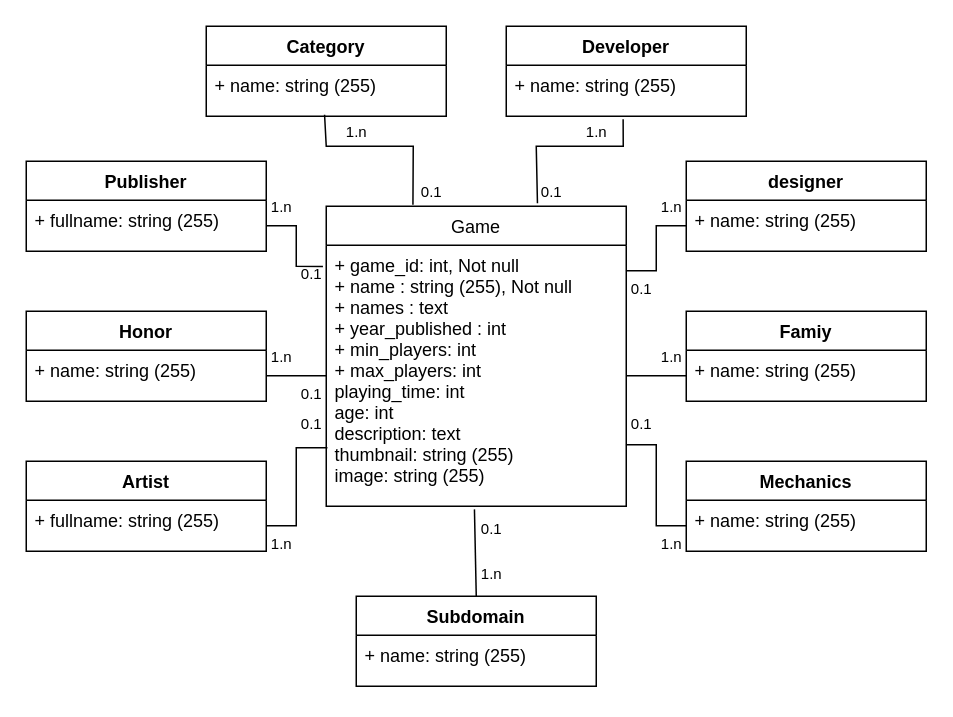
Above: .doc/uml/games.drawio in Dens26/j2s (draw.io), before the change. Source tidied: cells renumbered, new cells numbered last; positions are measured from the earlier drawing's top-left corner, leaving out a move shared by most shapes. Both pictures are drawn from the tidied source at 150%, with x=0, y=0 at pixel (26, 26).
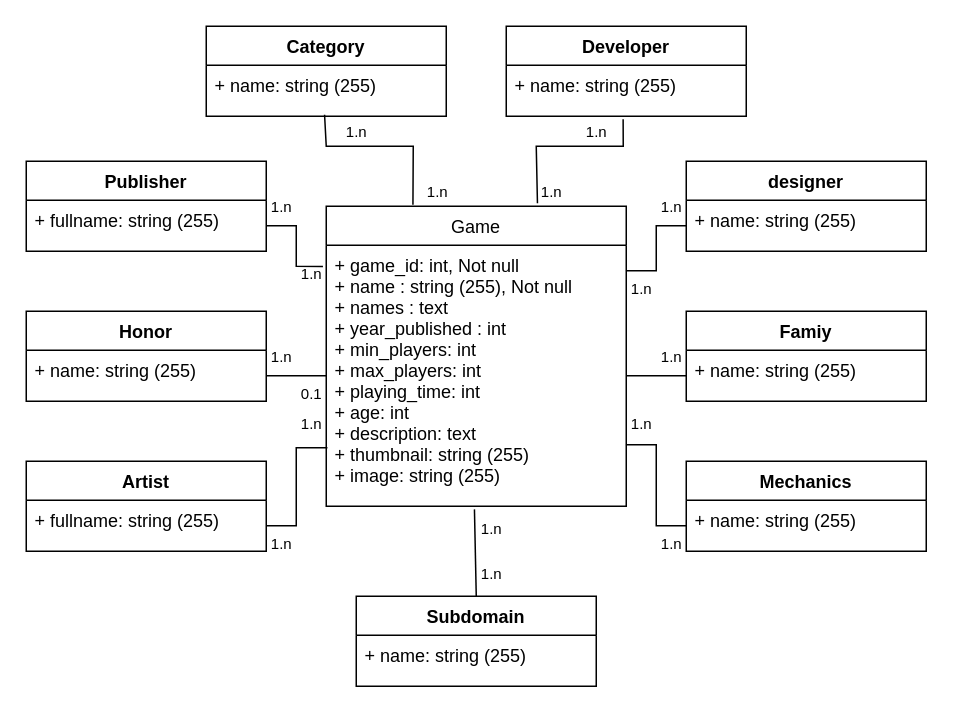
The same diagram, later.

The change refers to these unchanged cells:
```xml
<mxCell id="4" value="Game" style="swimlane;fontStyle=0;horizontal=1;startSize=26;fillColor=none;" parent="1" vertex="1">
  <mxGeometry x="200" y="120" width="200" height="200" as="geometry" />
</mxCell>
```

Change to the diagram source:
```diff
@@
-    <mxCell id="5" value="+ game_id: int, Not null&#10;+ name : string (255), Not null&#10;+ names : text&#10;+ year_published : int&#10;+ min_players: int&#10;+ max_players: int&#10;playing_time: int&#10;age: int&#10;description: text&#10;thumbnail: string (255)&#10;image: string (255)&#10;" style="text;strokeColor=none;fillColor=none;align=left;verticalAlign=top;spacingLeft=4;spacingRight=4;overflow=hidden;points=[[0,0.5],[1,0.5]];portConstraint=eastwest;" parent="4" vertex="1">
+    <mxCell id="5" value="+ game_id: int, Not null&#10;+ name : string (255), Not null&#10;+ names : text&#10;+ year_published : int&#10;+ min_players: int&#10;+ max_players: int&#10;+ playing_time: int&#10;+ age: int&#10;+ description: text&#10;+ thumbnail: string (255)&#10;+ image: string (255)&#10;" style="text;strokeColor=none;fillColor=none;align=left;verticalAlign=top;spacingLeft=4;spacingRight=4;overflow=hidden;points=[[0,0.5],[1,0.5]];portConstraint=eastwest;" parent="4" vertex="1">
       <mxGeometry y="26" width="200" height="174" as="geometry" />
     </mxCell>
@@
-    <mxCell id="31" value="&lt;font style=&quot;font-size: 10px;&quot;&gt;0.1&lt;/font&gt;" style="text;html=1;align=center;verticalAlign=middle;strokeColor=none;fillColor=none;" parent="1" vertex="1">
+    <mxCell id="31" value="&lt;span style=&quot;font-size: 10px;&quot;&gt;1.n&lt;/span&gt;" style="text;html=1;align=center;verticalAlign=middle;strokeColor=none;fillColor=none;" parent="1" vertex="1">
       <mxGeometry x="330" y="95" width="40" height="30" as="geometry" />
     </mxCell>
@@
-    <mxCell id="41" value="&lt;font style=&quot;font-size: 10px;&quot;&gt;0.1&lt;/font&gt;" style="text;html=1;align=center;verticalAlign=middle;strokeColor=none;fillColor=none;" parent="1" vertex="1">
-      <mxGeometry x="250" y="95" width="40" height="30" as="geometry" />
-    </mxCell>
-    <mxCell id="42" value="&lt;font style=&quot;font-size: 10px;&quot;&gt;0.1&lt;/font&gt;" style="text;html=1;align=center;verticalAlign=middle;strokeColor=none;fillColor=none;" parent="1" vertex="1">
+    <mxCell id="42" value="&lt;span style=&quot;font-size: 10px;&quot;&gt;1.n&lt;/span&gt;" style="text;html=1;align=center;verticalAlign=middle;strokeColor=none;fillColor=none;" parent="1" vertex="1">
       <mxGeometry x="390" y="160" width="40" height="30" as="geometry" />
     </mxCell>
-    <mxCell id="43" value="&lt;font style=&quot;font-size: 10px;&quot;&gt;0.1&lt;/font&gt;" style="text;html=1;align=center;verticalAlign=middle;strokeColor=none;fillColor=none;" parent="1" vertex="1">
+    <mxCell id="43" value="&lt;font style=&quot;font-size: 10px;&quot;&gt;1.n&lt;/font&gt;" style="text;html=1;align=center;verticalAlign=middle;strokeColor=none;fillColor=none;" parent="1" vertex="1">
       <mxGeometry x="390" y="250" width="40" height="30" as="geometry" />
     </mxCell>
-    <mxCell id="44" value="&lt;font style=&quot;font-size: 10px;&quot;&gt;0.1&lt;/font&gt;" style="text;html=1;align=center;verticalAlign=middle;strokeColor=none;fillColor=none;" parent="1" vertex="1">
+    <mxCell id="44" value="&lt;font style=&quot;font-size: 10px;&quot;&gt;1.n&lt;/font&gt;" style="text;html=1;align=center;verticalAlign=middle;strokeColor=none;fillColor=none;" parent="1" vertex="1">
       <mxGeometry x="290" y="320" width="40" height="30" as="geometry" />
     </mxCell>
-    <mxCell id="45" value="&lt;font style=&quot;font-size: 10px;&quot;&gt;0.1&lt;/font&gt;" style="text;html=1;align=center;verticalAlign=middle;strokeColor=none;fillColor=none;" parent="1" vertex="1">
+    <mxCell id="45" value="&lt;font style=&quot;font-size: 10px;&quot;&gt;1.n&lt;/font&gt;" style="text;html=1;align=center;verticalAlign=middle;strokeColor=none;fillColor=none;" parent="1" vertex="1">
       <mxGeometry x="170" y="250" width="40" height="30" as="geometry" />
     </mxCell>
@@
-    <mxCell id="47" value="&lt;font style=&quot;font-size: 10px;&quot;&gt;0.1&lt;/font&gt;" style="text;html=1;align=center;verticalAlign=middle;strokeColor=none;fillColor=none;" parent="1" vertex="1">
+    <mxCell id="47" value="&lt;font style=&quot;font-size: 10px;&quot;&gt;1.n&lt;/font&gt;" style="text;html=1;align=center;verticalAlign=middle;strokeColor=none;fillColor=none;" parent="1" vertex="1">
       <mxGeometry x="170" y="150" width="40" height="30" as="geometry" />
     </mxCell>
+    <mxCell id="48" value="&lt;font style=&quot;font-size: 10px;&quot;&gt;1.n&lt;/font&gt;" style="text;html=1;align=center;verticalAlign=middle;strokeColor=none;fillColor=none;" parent="1" vertex="1">
+      <mxGeometry x="254" y="95" width="40" height="30" as="geometry" />
+    </mxCell>
```
